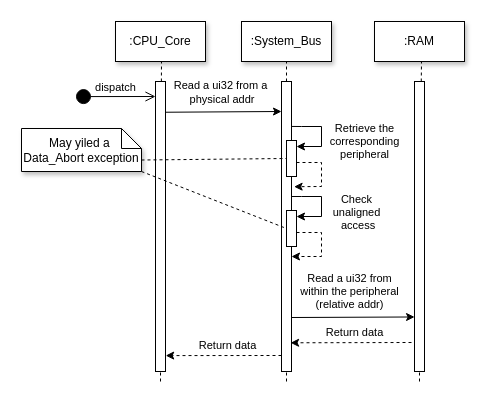
Above: docs/diagrams/bus/bus_sequence_diagram.drawio in silhavyj/ZeroMate (draw.io), before the change. Source tidied: cells renumbered, new cells numbered last; positions are measured from the earlier drawing's top-left corner, leaving out a move shared by most shapes. Both pictures are drawn from the tidied source at 100%, with x=0, y=0 at pixel (21, 21).
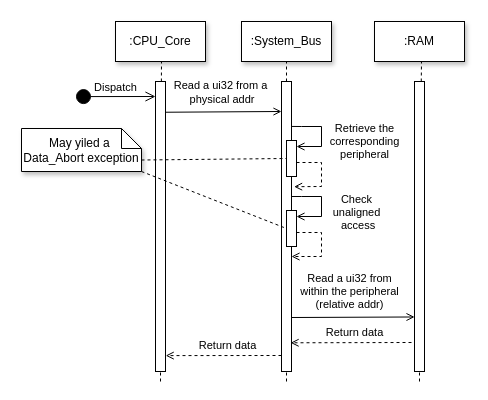
The same diagram, later.

The change refers to these unchanged cells:
```xml
<mxCell id="7" style="rounded=0;whiteSpace=wrap;html=1;" parent="1" vertex="1">
  <mxGeometry x="134" y="60" width="10" height="290" as="geometry" />
</mxCell>
<mxCell id="9" style="rounded=0;whiteSpace=wrap;html=1;" parent="1" vertex="1">
  <mxGeometry x="260" y="60" width="10" height="290" as="geometry" />
</mxCell>
<mxCell id="13" style="rounded=0;whiteSpace=wrap;html=1;" parent="1" vertex="1">
  <mxGeometry x="265" y="119" width="10" height="36" as="geometry" />
</mxCell>
<mxCell id="20" style="rounded=0;whiteSpace=wrap;html=1;" parent="1" vertex="1">
  <mxGeometry x="393" y="60" width="10" height="290" as="geometry" />
</mxCell>
<mxCell id="27" style="rounded=0;whiteSpace=wrap;html=1;" parent="1" vertex="1">
  <mxGeometry x="265" y="189" width="10" height="36" as="geometry" />
</mxCell>
```

Diff of the diagram source:
```diff
@@
-    <mxCell id="10" style="endArrow=classic;html=1;rounded=0;entryX=0;entryY=0.091;entryDx=0;entryDy=0;entryPerimeter=0;exitX=0.98;exitY=0.106;exitDx=0;exitDy=0;exitPerimeter=0;" parent="1" edge="1" source="7">
+    <mxCell id="10" style="endArrow=open;html=1;rounded=0;entryX=0;entryY=0.091;entryDx=0;entryDy=0;entryPerimeter=0;exitX=0.98;exitY=0.106;exitDx=0;exitDy=0;exitPerimeter=0;endFill=0;" parent="1" edge="1" source="7">
       <mxGeometry relative="1" as="geometry">
         <mxPoint x="260" y="90" as="targetPoint" />
       </mxGeometry>
     </mxCell>
@@
-    <mxCell id="12" value="dispatch" style="html=1;verticalAlign=bottom;startArrow=circle;startFill=1;endArrow=open;startSize=6;endSize=8;edgeStyle=elbowEdgeStyle;elbow=vertical;curved=0;rounded=0;fontFamily=Computer Modern;" parent="1" edge="1">
+    <mxCell id="12" value="Dispatch" style="html=1;verticalAlign=bottom;startArrow=circle;startFill=1;endArrow=open;startSize=6;endSize=8;edgeStyle=elbowEdgeStyle;elbow=vertical;curved=0;rounded=0;fontFamily=Computer Modern;" parent="1" edge="1">
       <mxGeometry relative="1" as="geometry">
         <mxPoint x="54" y="75.1" as="sourcePoint" />
         <mxPoint x="134" y="75.1" as="targetPoint" />
       </mxGeometry>
     </mxCell>
@@
-    <mxCell id="14" style="endArrow=classic;html=1;rounded=0;exitX=0.966;exitY=0.155;exitDx=0;exitDy=0;exitPerimeter=0;entryX=1;entryY=0.167;entryDx=0;entryDy=0;entryPerimeter=0;" parent="1" edge="1" source="9" target="13">
+    <mxCell id="14" style="endArrow=open;html=1;rounded=0;exitX=0.966;exitY=0.155;exitDx=0;exitDy=0;exitPerimeter=0;entryX=1;entryY=0.167;entryDx=0;entryDy=0;entryPerimeter=0;endFill=0;" parent="1" edge="1" source="9" target="13">
       <mxGeometry relative="1" as="geometry">
         <Array as="points">
           <mxPoint x="280" y="105" />
           <mxPoint x="300" y="105" />
           <mxPoint x="300" y="125" />
         </Array>
       </mxGeometry>
     </mxCell>
@@
-    <mxCell id="16" style="endArrow=classic;html=1;rounded=0;exitX=1.031;exitY=0.16;exitDx=0;exitDy=0;exitPerimeter=0;dashed=1;entryX=1.26;entryY=0.313;entryDx=0;entryDy=0;entryPerimeter=0;" parent="1" edge="1">
+    <mxCell id="16" style="endArrow=open;html=1;rounded=0;exitX=1.031;exitY=0.16;exitDx=0;exitDy=0;exitPerimeter=0;dashed=1;entryX=1.26;entryY=0.313;entryDx=0;entryDy=0;entryPerimeter=0;endFill=0;" parent="1" edge="1">
       <mxGeometry relative="1" as="geometry">
         <mxPoint x="275" y="141" as="sourcePoint" />
         <mxPoint x="272.6" y="165.2" as="targetPoint" />
         <Array as="points">
           <mxPoint x="300" y="141" />
           <mxPoint x="300" y="165" />
         </Array>
       </mxGeometry>
     </mxCell>
@@
-    <mxCell id="21" style="endArrow=classic;html=1;rounded=0;exitX=1.067;exitY=0.091;exitDx=0;exitDy=0;exitPerimeter=0;entryX=0.006;entryY=0.812;entryDx=0;entryDy=0;entryPerimeter=0;" parent="1" edge="1" target="20">
+    <mxCell id="21" style="endArrow=open;html=1;rounded=0;exitX=1.067;exitY=0.091;exitDx=0;exitDy=0;exitPerimeter=0;entryX=0.006;entryY=0.812;entryDx=0;entryDy=0;entryPerimeter=0;endFill=0;" parent="1" edge="1" target="20">
       <mxGeometry relative="1" as="geometry">
         <mxPoint x="270" y="296" as="sourcePoint" />
       </mxGeometry>
     </mxCell>
@@
-    <mxCell id="23" style="endArrow=classic;html=1;rounded=0;entryX=0.91;entryY=0.906;entryDx=0;entryDy=0;entryPerimeter=0;dashed=1;" parent="1" edge="1">
+    <mxCell id="23" style="endArrow=open;html=1;rounded=0;entryX=0.91;entryY=0.906;entryDx=0;entryDy=0;entryPerimeter=0;dashed=1;endFill=0;" parent="1" edge="1">
       <mxGeometry relative="1" as="geometry">
         <mxPoint x="390" y="321" as="sourcePoint" />
         <mxPoint x="269.1" y="321.3" as="targetPoint" />
       </mxGeometry>
     </mxCell>
@@
-    <mxCell id="25" style="endArrow=classic;html=1;rounded=0;exitX=-0.046;exitY=0.907;exitDx=0;exitDy=0;exitPerimeter=0;dashed=1;entryX=1.016;entryY=0.894;entryDx=0;entryDy=0;entryPerimeter=0;" parent="1" edge="1">
+    <mxCell id="25" style="endArrow=open;html=1;rounded=0;exitX=-0.046;exitY=0.907;exitDx=0;exitDy=0;exitPerimeter=0;dashed=1;entryX=1.016;entryY=0.894;entryDx=0;entryDy=0;entryPerimeter=0;endFill=0;" parent="1" edge="1">
       <mxGeometry relative="1" as="geometry">
         <mxPoint x="260" y="334" as="sourcePoint" />
         <mxPoint x="144.2" y="334.1" as="targetPoint" />
       </mxGeometry>
     </mxCell>
@@
-    <mxCell id="28" style="endArrow=classic;html=1;rounded=0;exitX=1.043;exitY=0.182;exitDx=0;exitDy=0;exitPerimeter=0;entryX=1;entryY=0.167;entryDx=0;entryDy=0;entryPerimeter=0;" parent="1" edge="1" target="27">
+    <mxCell id="28" style="endArrow=open;html=1;rounded=0;exitX=1.043;exitY=0.182;exitDx=0;exitDy=0;exitPerimeter=0;entryX=1;entryY=0.167;entryDx=0;entryDy=0;entryPerimeter=0;endFill=0;" parent="1" edge="1" target="27">
       <mxGeometry relative="1" as="geometry">
         <mxPoint x="270" y="175" as="sourcePoint" />
         <Array as="points">
           <mxPoint x="280" y="175" />
           <mxPoint x="300" y="175" />
           <mxPoint x="300" y="195" />
         </Array>
       </mxGeometry>
     </mxCell>
-    <mxCell id="29" style="endArrow=classic;html=1;rounded=0;exitX=1.031;exitY=0.16;exitDx=0;exitDy=0;exitPerimeter=0;dashed=1;entryX=1.037;entryY=0.454;entryDx=0;entryDy=0;entryPerimeter=0;" parent="1" edge="1">
+    <mxCell id="29" style="endArrow=open;html=1;rounded=0;exitX=1.031;exitY=0.16;exitDx=0;exitDy=0;exitPerimeter=0;dashed=1;entryX=1.037;entryY=0.454;entryDx=0;entryDy=0;entryPerimeter=0;endFill=0;" parent="1" edge="1">
       <mxGeometry relative="1" as="geometry">
         <mxPoint x="275" y="211" as="sourcePoint" />
         <mxPoint x="270" y="235" as="targetPoint" />
         <Array as="points">
           <mxPoint x="300" y="211" />
           <mxPoint x="300" y="235" />
         </Array>
       </mxGeometry>
     </mxCell>
```
